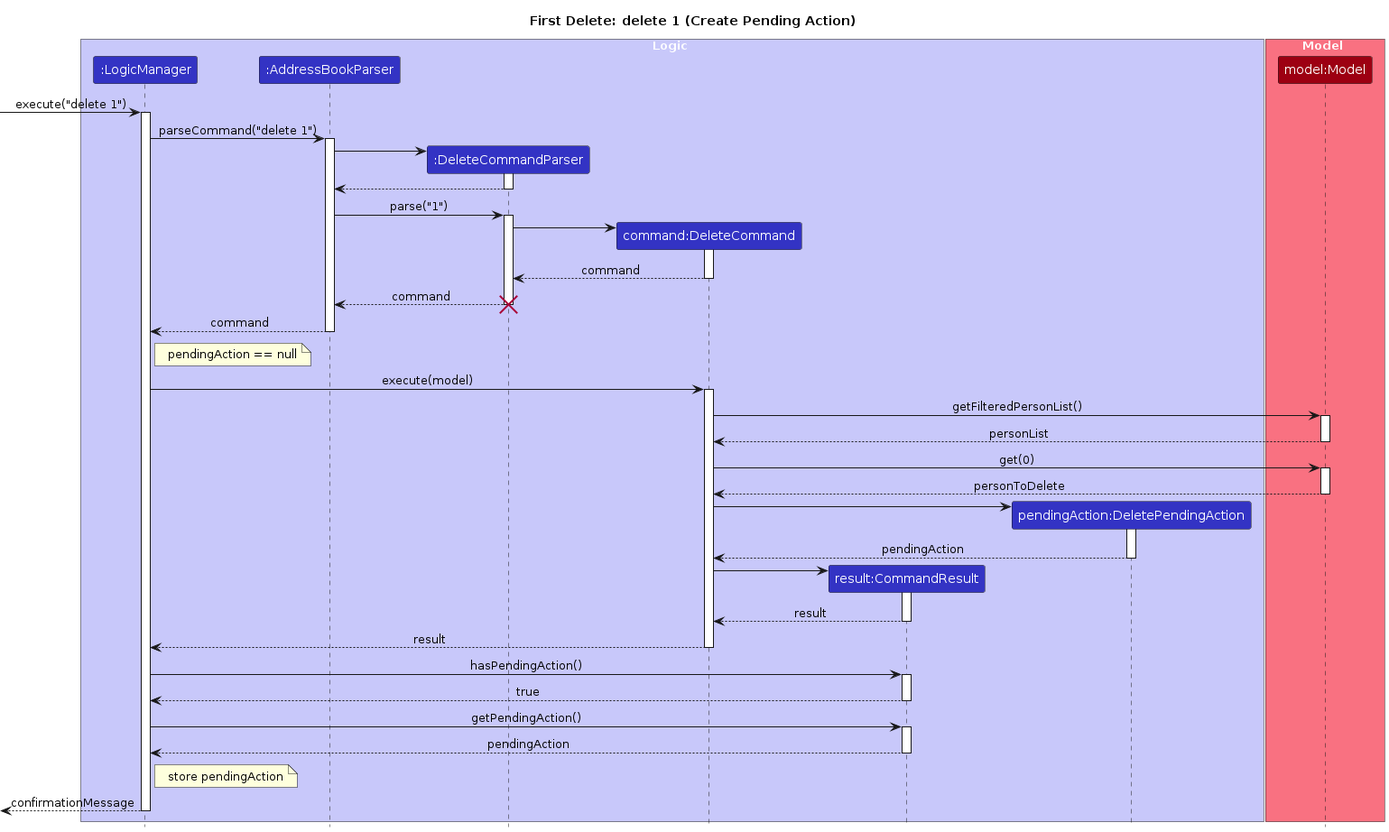
Above: diagrams/DeleteSequenceDiagram.png in AY2526S2-CS2103-F09-4/tp (PlantUML), before the change. Its source is kept beside it as diagrams/DeleteSequenceDiagram.puml. Its diagram source:
```plantuml
@startuml
!include style.puml
skinparam ArrowFontStyle plain

title First Delete: delete 1 (Create Pending Action)

box Logic LOGIC_COLOR_T1
participant ":LogicManager" as LogicManager LOGIC_COLOR
participant ":AddressBookParser" as AddressBookParser LOGIC_COLOR
participant ":DeleteCommandParser" as DeleteCommandParser LOGIC_COLOR
participant "command:DeleteCommand" as DeleteCommand LOGIC_COLOR
participant "result:CommandResult" as CommandResult LOGIC_COLOR
participant "pendingAction:DeletePendingAction" as DeletePendingAction LOGIC_COLOR
end box

box Model MODEL_COLOR_T1
participant "model:Model" as Model MODEL_COLOR
end box

[-> LogicManager : execute("delete 1")
activate LogicManager

LogicManager -> AddressBookParser : parseCommand("delete 1")
activate AddressBookParser

create DeleteCommandParser
AddressBookParser -> DeleteCommandParser
activate DeleteCommandParser
DeleteCommandParser --> AddressBookParser
deactivate DeleteCommandParser

AddressBookParser -> DeleteCommandParser : parse("1")
activate DeleteCommandParser

create DeleteCommand
DeleteCommandParser -> DeleteCommand
activate DeleteCommand

DeleteCommand --> DeleteCommandParser : command
deactivate DeleteCommand

DeleteCommandParser --> AddressBookParser : command
deactivate DeleteCommandParser
destroy DeleteCommandParser

AddressBookParser --> LogicManager : command
deactivate AddressBookParser

note right of LogicManager : pendingAction == null

LogicManager -> DeleteCommand : execute(model)
activate DeleteCommand

DeleteCommand -> Model : getFilteredPersonList()
activate Model
Model --> DeleteCommand : personList
deactivate Model

DeleteCommand -> Model : get(0)
activate Model
Model --> DeleteCommand : personToDelete
deactivate Model

create DeletePendingAction
DeleteCommand -> DeletePendingAction
activate DeletePendingAction
DeletePendingAction --> DeleteCommand : pendingAction
deactivate DeletePendingAction

create CommandResult
DeleteCommand -> CommandResult
activate CommandResult

CommandResult --> DeleteCommand : result
deactivate CommandResult

DeleteCommand --> LogicManager : result
deactivate DeleteCommand

LogicManager -> CommandResult : hasPendingAction()
activate CommandResult
CommandResult --> LogicManager : true
deactivate CommandResult

LogicManager -> CommandResult : getPendingAction()
activate CommandResult
CommandResult --> LogicManager : pendingAction
deactivate CommandResult

note right of LogicManager : store pendingAction

[<-- LogicManager : confirmationMessage
deactivate LogicManager
@enduml
```
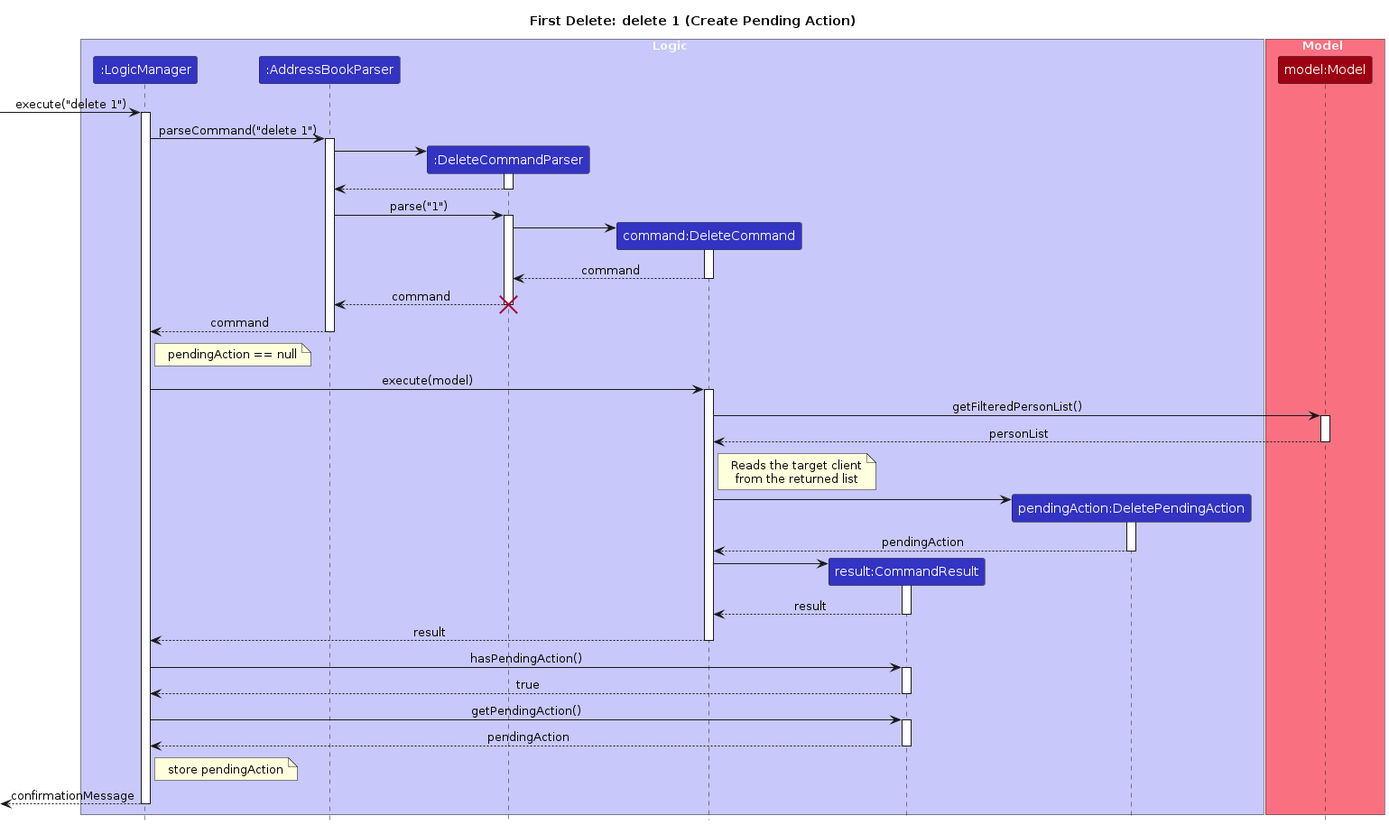
After the change.

Change to the diagram source:
```diff
@@ -56,10 +56,10 @@
 Model --> DeleteCommand : personList
 deactivate Model
 
-DeleteCommand -> Model : get(0)
-activate Model
-Model --> DeleteCommand : personToDelete
-deactivate Model
+note right of DeleteCommand
+Reads the target client
+from the returned list
+end note
 
 create DeletePendingAction
 DeleteCommand -> DeletePendingAction
```
